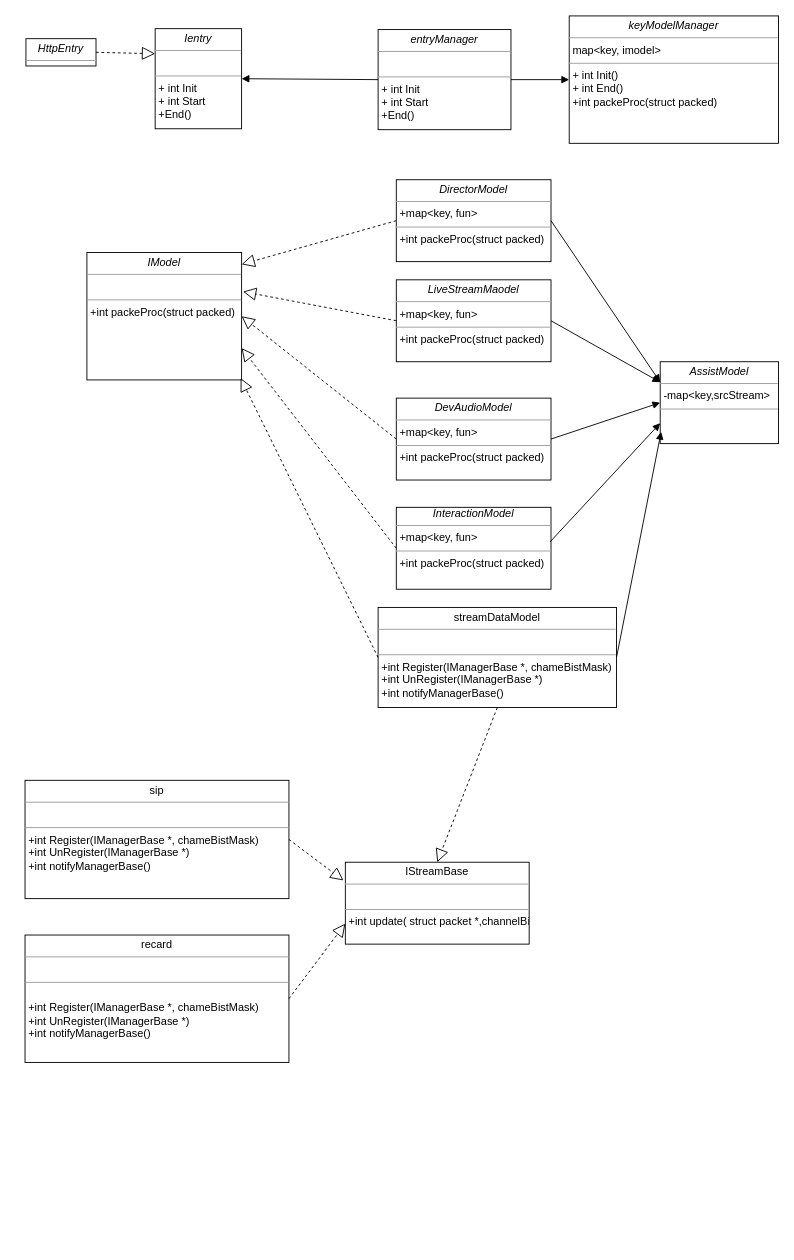
Before: 录播uml.drawio in huangPeiLc/drawio, a draw.io diagram. Source tidied: cells renumbered, new cells numbered last; positions are measured from the earlier drawing's top-left corner, leaving out a move shared by most shapes. Both pictures are drawn from the tidied source at 91%, with x=0, y=0 at pixel (25, 15).
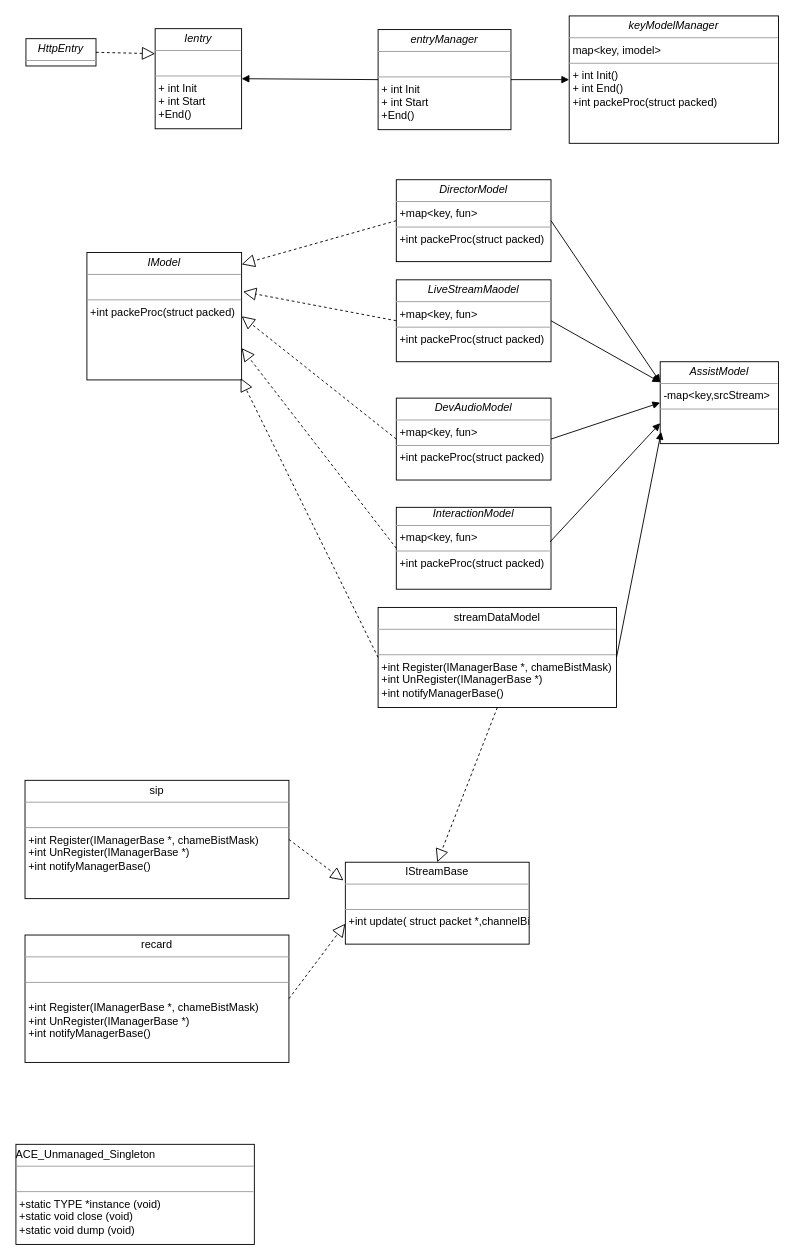
The same diagram, later.

Change to the diagram source:
```diff
@@
+    <mxCell id="32" value="&lt;p style=&quot;text-align: left ; margin: 4px 0px 0px&quot;&gt;ACE_Unmanaged_Singleton&lt;br&gt;&lt;/p&gt;&lt;hr size=&quot;1&quot;&gt;&lt;p style=&quot;margin: 0px ; margin-left: 4px&quot;&gt;&lt;br&gt;&lt;/p&gt;&lt;hr size=&quot;1&quot;&gt;&lt;p style=&quot;margin: 0px ; margin-left: 4px&quot;&gt;+static TYPE *instance (void)&lt;/p&gt;&lt;p style=&quot;margin: 0px 0px 0px 4px&quot;&gt;+static void close (void)&lt;/p&gt;&lt;p style=&quot;margin: 0px 0px 0px 4px&quot;&gt;+static void dump (void)&lt;/p&gt;&lt;p style=&quot;margin: 0px ; margin-left: 4px&quot;&gt;&lt;br&gt;&lt;/p&gt;" style="verticalAlign=top;align=left;overflow=fill;fontSize=12;fontFamily=Helvetica;html=1;rounded=0;shadow=0;comic=0;labelBackgroundColor=none;strokeColor=#000000;strokeWidth=1;fillColor=#ffffff;" parent="1" vertex="1">
+      <mxGeometry x="-10" y="1240" width="262" height="110" as="geometry" />
+    </mxCell>
```
